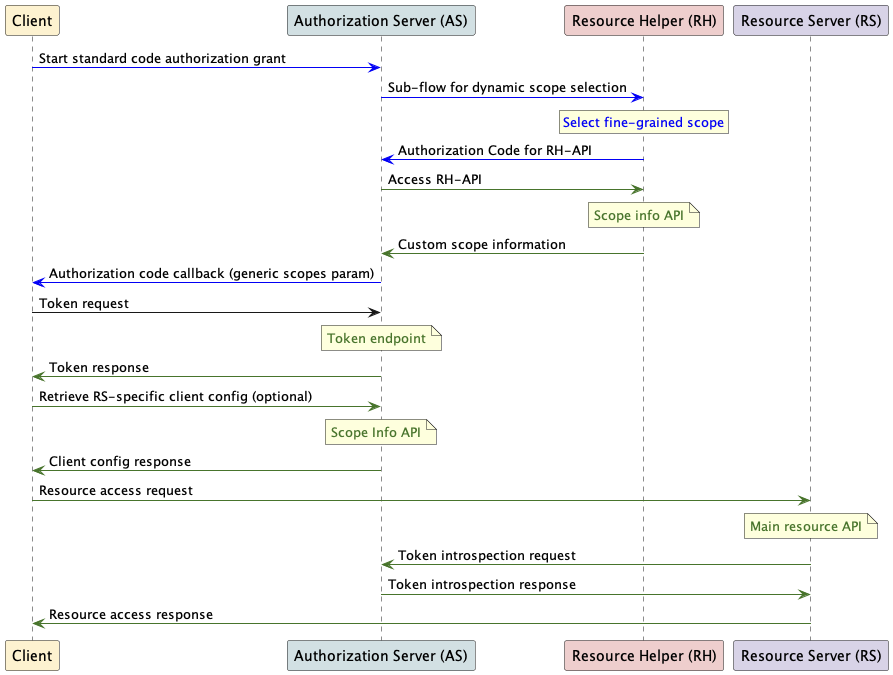
This is phase-2/plantuml/swimlanes.png from SURFnet/surf-token-based-access, a PlantUML export, as it was before one commit.
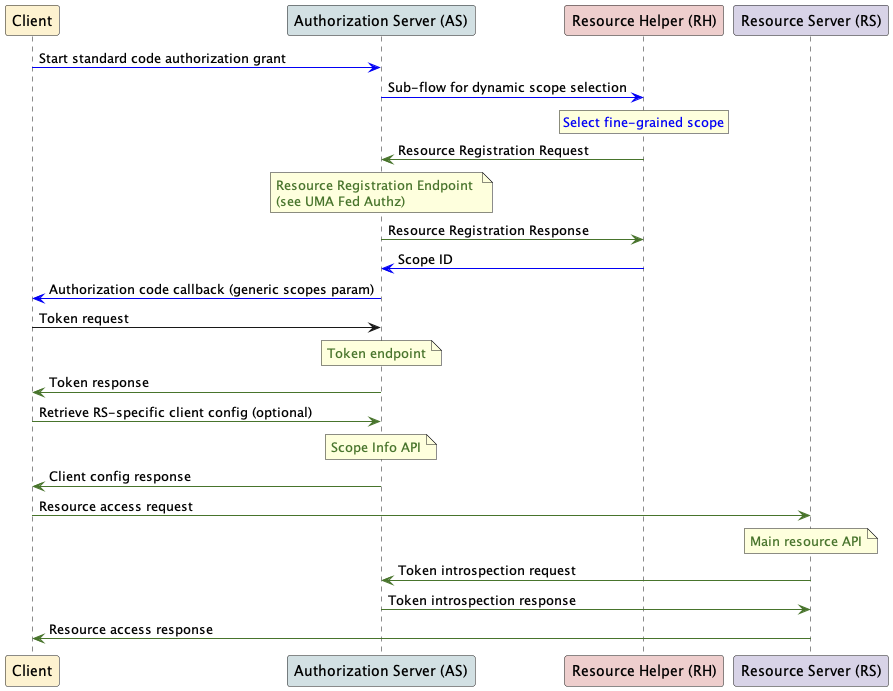
After the commit.

Diff of the diagram source:
```diff
@@ -1,4 +1,4 @@
-@startuml simelanes
+@startuml swimlanes
 participant "Client" as C #fdf2d0
 participant "Authorization Server (AS)" as AS #d2e0e3
 participant "Resource Helper (RH)" as RH #eececd
@@ -8,12 +8,13 @@
 rnote over RH
   <color #0200f5>Select fine-grained scope</color>
 end note
-RH -[#0200f5]> AS: Authorization Code for RH-API
-AS -[#48742c]> RH: Access RH-API
-note over RH
-  <color #48742c>Scope info API</color>
+RH -[#48742c]> AS: Resource Registration Request
+note over AS
+<color #48742c>Resource Registration Endpoint</color>
+<color #48742c>(see UMA Fed Authz)</color>
 end note
-RH -[#48742c]> AS: Custom scope information
+AS -[#48742c]> RH: Resource Registration Response
+RH -[#0200f5]> AS: Scope ID
 AS -[#0200f5]> C: Authorization code callback (generic scopes param)
 C -> AS: Token request
 note over AS
```
